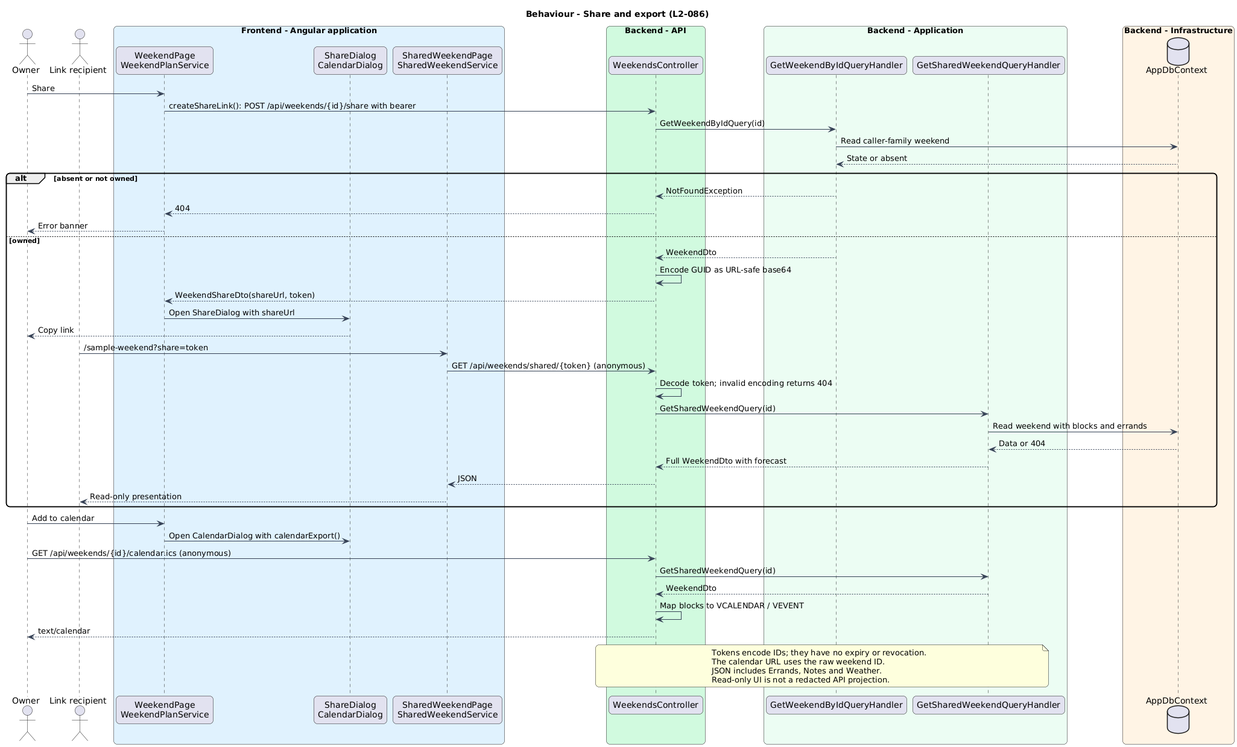
This is docs/detailed-designs/weekend-planning/generate-current-weekend/diagrams/sequence-share.png from QuinntyneBrown/saturdaze, a PlantUML export, as it was before one commit. Source of this version:
```plantuml
@startuml
skinparam backgroundColor #FFFFFF
skinparam shadowing false
skinparam roundcorner 12
skinparam defaultFontName Arial
skinparam ArrowColor #344054

title Behaviour - Share and export (L2-086)
actor Owner as owner
actor "Link recipient" as recipient
box "Frontend - Angular application" #E0F2FE
 participant "WeekendPage\nWeekendPlanService" as page
 participant "ShareDialog\nCalendarDialog" as dialog
 participant "SharedWeekendPage\nSharedWeekendService" as sharedPage
end box
box "Backend - API" #D1FADF
 participant WeekendsController as controller
end box
box "Backend - Application" #ECFDF3
 participant "GetWeekendByIdQueryHandler" as owned
 participant "GetSharedWeekendQueryHandler" as shared
end box
box "Backend - Infrastructure" #FFF4E5
 database AppDbContext as db
end box
owner -> page : Share
page -> controller : createShareLink(): POST /api/weekends/{id}/share with bearer
controller -> owned : GetWeekendByIdQuery(id)
owned -> db : Read caller-family weekend
db --> owned : State or absent
alt absent or not owned
 owned --> controller : NotFoundException
 controller --> page : 404
 page --> owner : Error banner
else owned
 owned --> controller : WeekendDto
 controller -> controller : Encode GUID as URL-safe base64
 controller --> page : WeekendShareDto(shareUrl, token)
 page -> dialog : Open ShareDialog with shareUrl
 dialog --> owner : Copy link
 recipient -> sharedPage : /sample-weekend?share=token
 sharedPage -> controller : GET /api/weekends/shared/{token} (anonymous)
 controller -> controller : Decode token; invalid encoding returns 404
 controller -> shared : GetSharedWeekendQuery(id)
 shared -> db : Read weekend with blocks and errands
 db --> shared : Data or 404
 shared --> controller : Full WeekendDto with forecast
 controller --> sharedPage : JSON
 sharedPage --> recipient : Read-only presentation
end
owner -> page : Add to calendar
page -> dialog : Open CalendarDialog with calendarExport()
owner -> controller : GET /api/weekends/{id}/calendar.ics (anonymous)
controller -> shared : GetSharedWeekendQuery(id)
shared --> controller : WeekendDto
controller -> controller : Map blocks to VCALENDAR / VEVENT
controller --> owner : text/calendar
note over controller, shared
Tokens encode IDs; they have no expiry or revocation.
The calendar URL uses the raw weekend ID.
JSON includes Errands, Notes and Weather.
Read-only UI is not a redacted API projection.
end note
@enduml
```
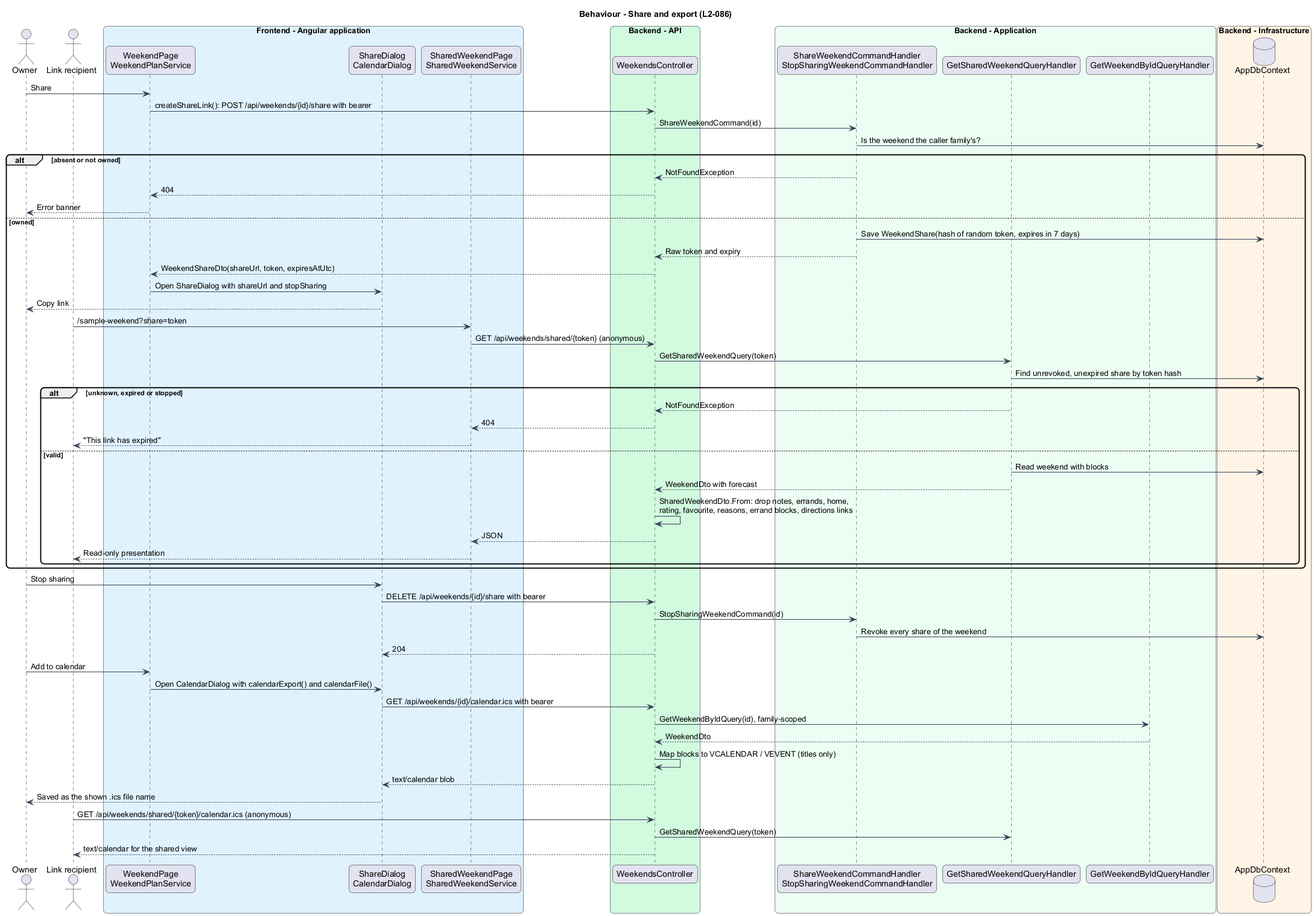
After the change.

The edit, as a diff of the source:
```diff
@@ -17,48 +17,57 @@
  participant WeekendsController as controller
 end box
 box "Backend - Application" #ECFDF3
+ participant "ShareWeekendCommandHandler\nStopSharingWeekendCommandHandler" as minting
+ participant "GetSharedWeekendQueryHandler" as shared
  participant "GetWeekendByIdQueryHandler" as owned
- participant "GetSharedWeekendQueryHandler" as shared
 end box
 box "Backend - Infrastructure" #FFF4E5
  database AppDbContext as db
 end box
 owner -> page : Share
 page -> controller : createShareLink(): POST /api/weekends/{id}/share with bearer
-controller -> owned : GetWeekendByIdQuery(id)
-owned -> db : Read caller-family weekend
-db --> owned : State or absent
+controller -> minting : ShareWeekendCommand(id)
+minting -> db : Is the weekend the caller family's?
 alt absent or not owned
- owned --> controller : NotFoundException
+ minting --> controller : NotFoundException
  controller --> page : 404
  page --> owner : Error banner
 else owned
- owned --> controller : WeekendDto
- controller -> controller : Encode GUID as URL-safe base64
- controller --> page : WeekendShareDto(shareUrl, token)
- page -> dialog : Open ShareDialog with shareUrl
+ minting -> db : Save WeekendShare(hash of random token, expires in 7 days)
+ minting --> controller : Raw token and expiry
+ controller --> page : WeekendShareDto(shareUrl, token, expiresAtUtc)
+ page -> dialog : Open ShareDialog with shareUrl and stopSharing
  dialog --> owner : Copy link
  recipient -> sharedPage : /sample-weekend?share=token
  sharedPage -> controller : GET /api/weekends/shared/{token} (anonymous)
- controller -> controller : Decode token; invalid encoding returns 404
- controller -> shared : GetSharedWeekendQuery(id)
- shared -> db : Read weekend with blocks and errands
- db --> shared : Data or 404
- shared --> controller : Full WeekendDto with forecast
- controller --> sharedPage : JSON
- sharedPage --> recipient : Read-only presentation
+ controller -> shared : GetSharedWeekendQuery(token)
+ shared -> db : Find unrevoked, unexpired share by token hash
+ alt unknown, expired or stopped
+  shared --> controller : NotFoundException
+  controller --> sharedPage : 404
+  sharedPage --> recipient : "This link has expired"
+ else valid
+  shared -> db : Read weekend with blocks
+  shared --> controller : WeekendDto with forecast
+  controller -> controller : SharedWeekendDto.From: drop notes, errands, home,\nrating, favourite, reasons, errand blocks, directions links
+  controller --> sharedPage : JSON
+  sharedPage --> recipient : Read-only presentation
+ end
 end
+owner -> dialog : Stop sharing
+dialog -> controller : DELETE /api/weekends/{id}/share with bearer
+controller -> minting : StopSharingWeekendCommand(id)
+minting -> db : Revoke every share of the weekend
+controller --> dialog : 204
 owner -> page : Add to calendar
-page -> dialog : Open CalendarDialog with calendarExport()
-owner -> controller : GET /api/weekends/{id}/calendar.ics (anonymous)
-controller -> shared : GetSharedWeekendQuery(id)
-shared --> controller : WeekendDto
-controller -> controller : Map blocks to VCALENDAR / VEVENT
-controller --> owner : text/calendar
-note over controller, shared
-Tokens encode IDs; they have no expiry or revocation.
-The calendar URL uses the raw weekend ID.
-JSON includes Errands, Notes and Weather.
-Read-only UI is not a redacted API projection.
-end note
+page -> dialog : Open CalendarDialog with calendarExport() and calendarFile()
+dialog -> controller : GET /api/weekends/{id}/calendar.ics with bearer
+controller -> owned : GetWeekendByIdQuery(id), family-scoped
+owned --> controller : WeekendDto
+controller -> controller : Map blocks to VCALENDAR / VEVENT (titles only)
+controller --> dialog : text/calendar blob
+dialog --> owner : Saved as the shown .ics file name
+recipient -> controller : GET /api/weekends/shared/{token}/calendar.ics (anonymous)
+controller -> shared : GetSharedWeekendQuery(token)
+controller --> recipient : text/calendar for the shared view
 @enduml
```
